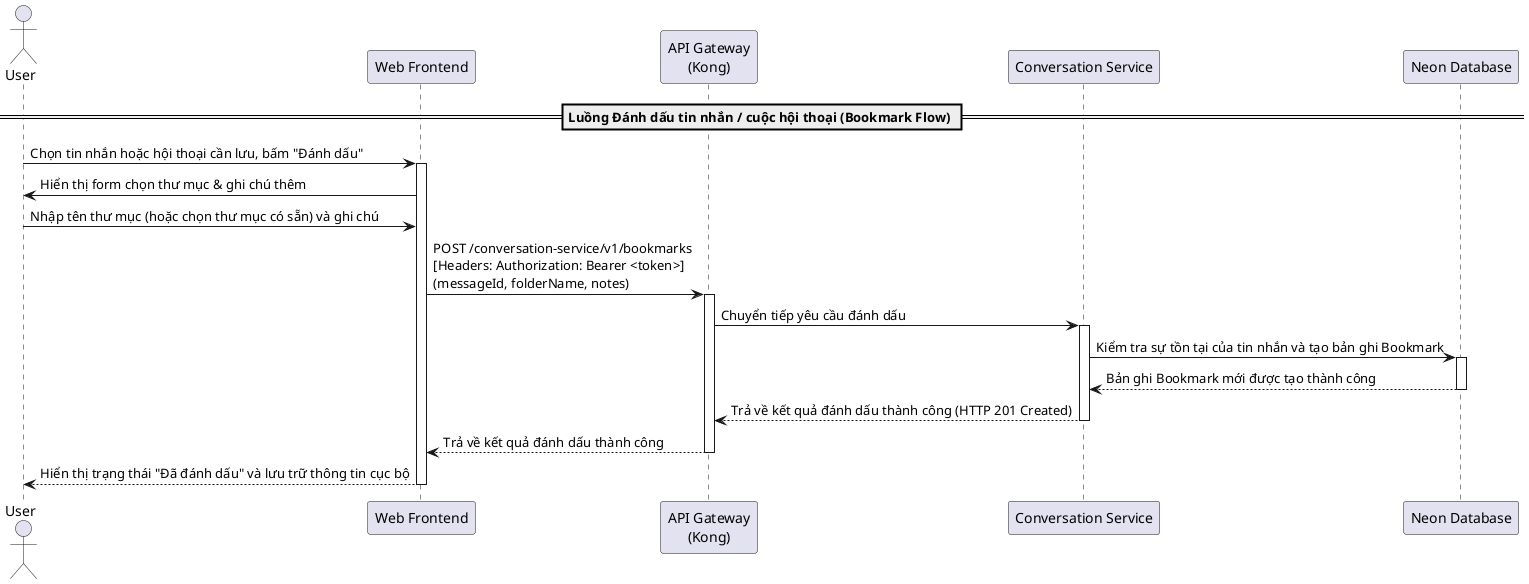
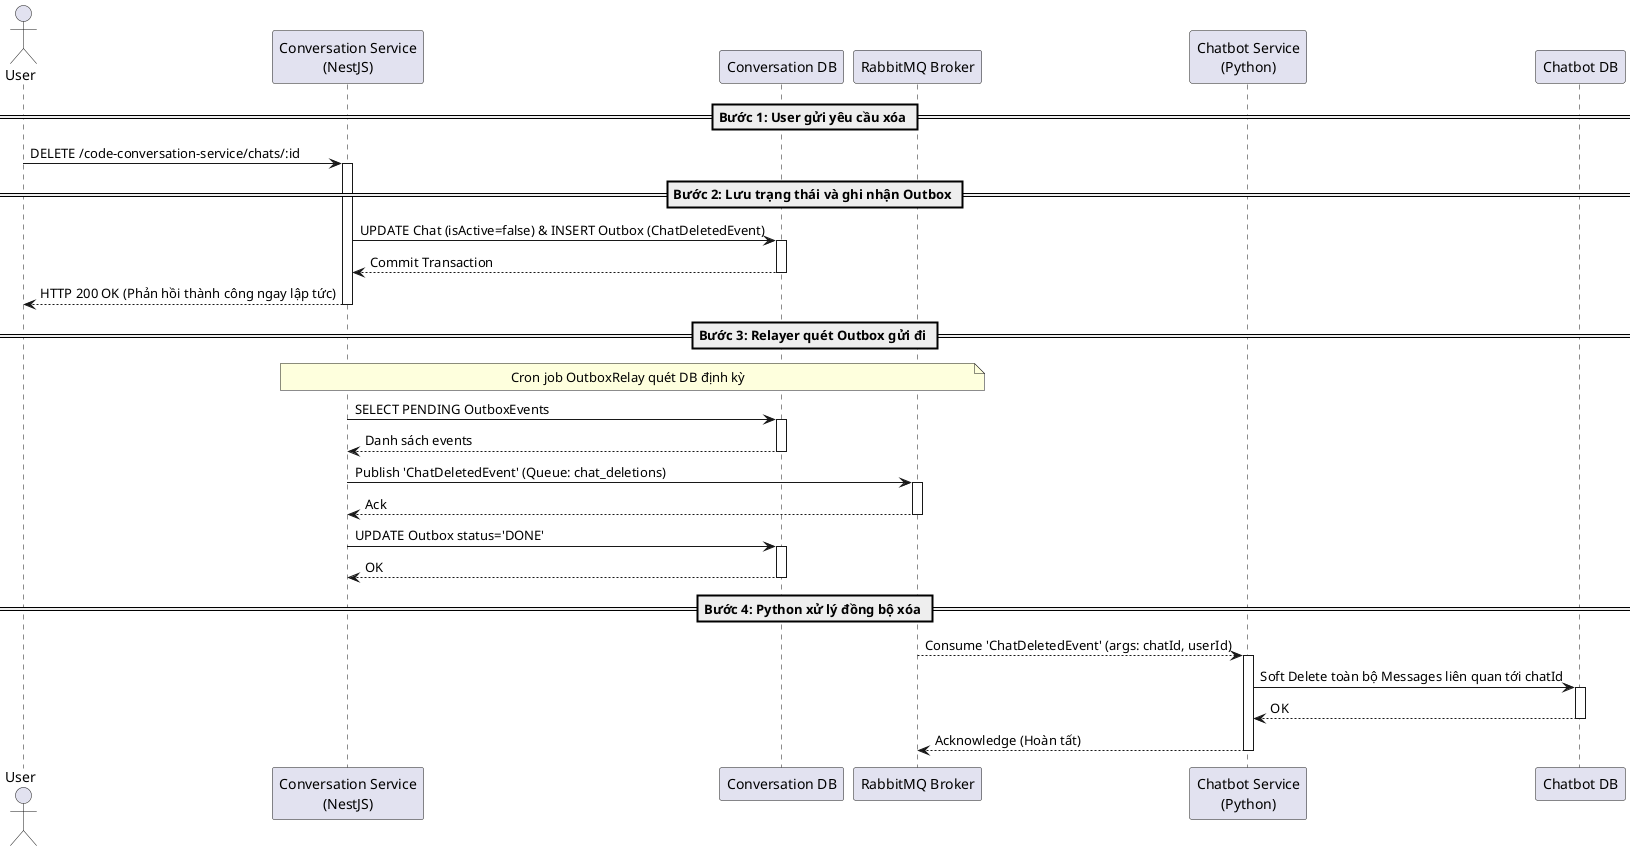
@startuml
- actor "User" as User
- participant "Web Frontend" as Frontend
- participant "API Gateway\n(Kong)" as Kong
- participant "Conversation Service" as ConvService
- participant "Neon Database" as DB
+ actor User as User
+ participant "Conversation Service\n(NestJS)" as Conv
+ participant "Conversation DB" as ConvDB
+ participant "RabbitMQ Broker" as RabbitMQ
+ participant "Chatbot Service\n(Python)" as Chatbot
+ participant "Chatbot DB" as ChatbotDB

- == Luồng Đánh dấu tin nhắn / cuộc hội thoại (Bookmark Flow) ==
- User -> Frontend: Chọn tin nhắn hoặc hội thoại cần lưu, bấm "Đánh dấu"
- activate Frontend
+ == Bước 1: User gửi yêu cầu xóa ==
+ User -> Conv: DELETE /code-conversation-service/chats/:id
+ activate Conv

- Frontend -> User: Hiển thị form chọn thư mục & ghi chú thêm
- User -> Frontend: Nhập tên thư mục (hoặc chọn thư mục có sẵn) và ghi chú
- Frontend -> Kong: POST /conversation-service/v1/bookmarks\n[Headers: Authorization: Bearer <token>] \n(messageId, folderName, notes)
- activate Kong
+ == Bước 2: Lưu trạng thái và ghi nhận Outbox ==
+ Conv -> ConvDB: UPDATE Chat (isActive=false) & INSERT Outbox (ChatDeletedEvent)
+ activate ConvDB
+ ConvDB --> Conv: Commit Transaction
+ deactivate ConvDB

- Kong -> ConvService: Chuyển tiếp yêu cầu đánh dấu
- activate ConvService
+ Conv --> User: HTTP 200 OK (Phản hồi thành công ngay lập tức)
+ deactivate Conv

- ConvService -> DB: Kiểm tra sự tồn tại của tin nhắn và tạo bản ghi Bookmark
- activate DB
- DB --> ConvService: Bản ghi Bookmark mới được tạo thành công
- deactivate DB
+ == Bước 3: Relayer quét Outbox gửi đi ==
+ note over Conv, RabbitMQ: Cron job OutboxRelay quét DB định kỳ
+ Conv -> ConvDB: SELECT PENDING OutboxEvents
+ activate ConvDB
+ ConvDB --> Conv: Danh sách events
+ deactivate ConvDB

- ConvService --> Kong: Trả về kết quả đánh dấu thành công (HTTP 201 Created)
- deactivate ConvService
- Kong --> Frontend: Trả về kết quả đánh dấu thành công
- deactivate Kong
+ Conv -> RabbitMQ: Publish 'ChatDeletedEvent' (Queue: chat_deletions)
+ activate RabbitMQ
+ RabbitMQ --> Conv: Ack
+ deactivate RabbitMQ

- Frontend --> User: Hiển thị trạng thái "Đã đánh dấu" và lưu trữ thông tin cục bộ
- deactivate Frontend
+ Conv -> ConvDB: UPDATE Outbox status='DONE'
+ activate ConvDB
+ ConvDB --> Conv: OK
+ deactivate ConvDB
+ 
+ == Bước 4: Python xử lý đồng bộ xóa ==
+ RabbitMQ --> Chatbot: Consume 'ChatDeletedEvent' (args: chatId, userId)
+ activate Chatbot
+ 
+ Chatbot -> ChatbotDB: Soft Delete toàn bộ Messages liên quan tới chatId
+ activate ChatbotDB
+ ChatbotDB --> Chatbot: OK
+ deactivate ChatbotDB
+ 
+ Chatbot --> RabbitMQ: Acknowledge (Hoàn tất)
+ deactivate Chatbot
@enduml
